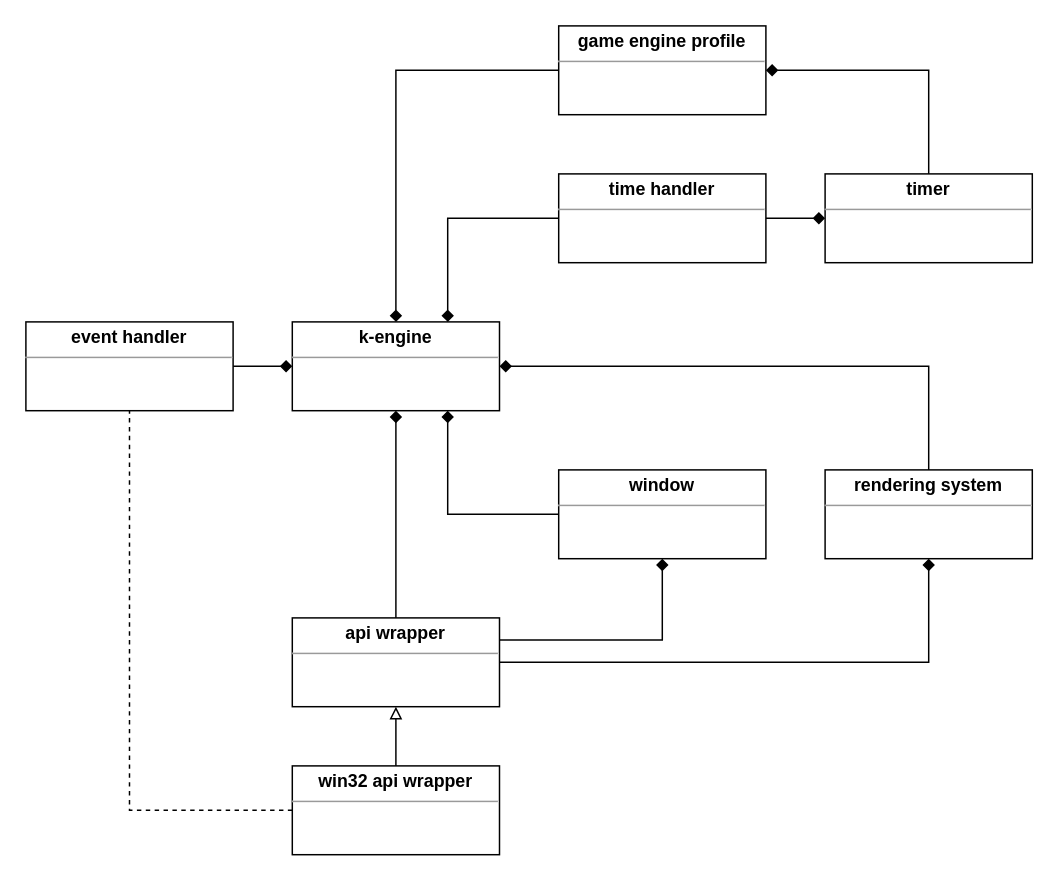
Before: _docs/k-engine-classes.drawio in Keshizin/k-engine, a draw.io diagram. Source tidied: cells renumbered, new cells numbered last; positions are measured from the earlier drawing's top-left corner, leaving out a move shared by most shapes. Both pictures are drawn from the tidied source at 148%, with x=0, y=0 at pixel (25, 25).
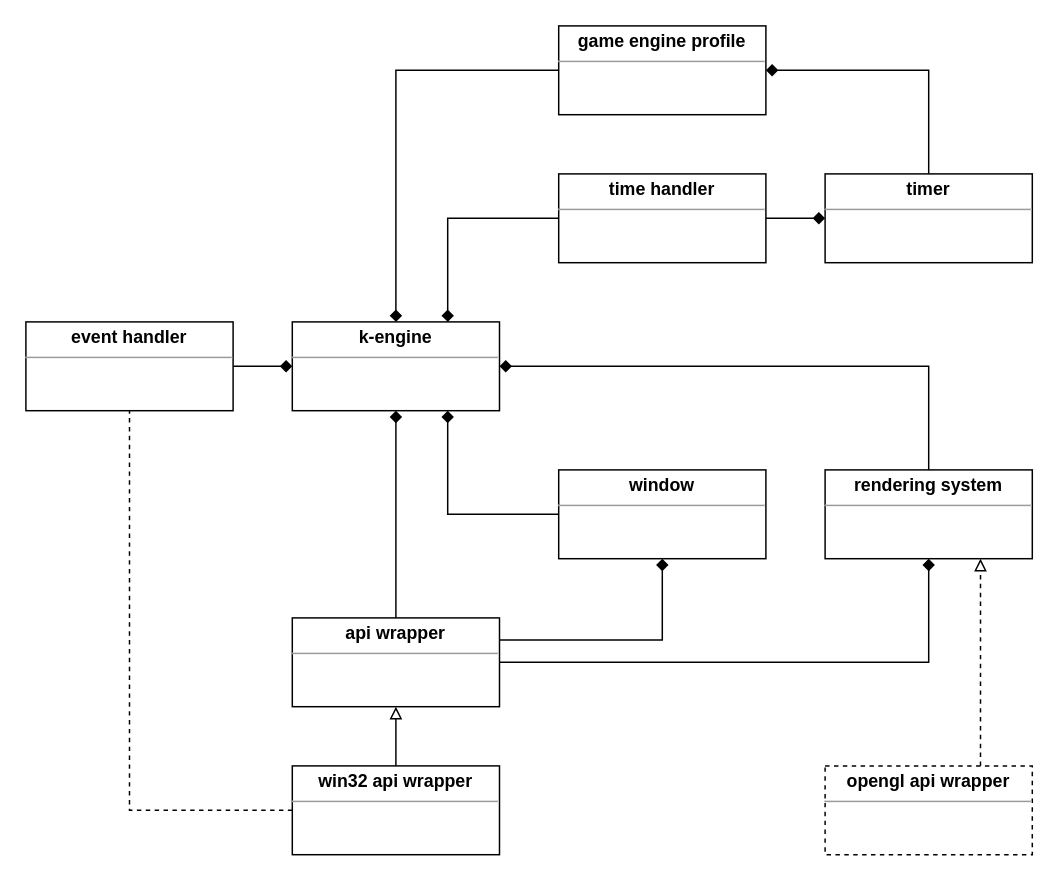
Above is the later version.

Unchanged cells that the change refers to:
```xml
<mxCell id="15" value="&lt;p style=&quot;margin: 0px ; margin-top: 4px ; text-align: center&quot;&gt;&lt;b&gt;rendering system&lt;/b&gt;&lt;/p&gt;&lt;hr size=&quot;1&quot;&gt;&lt;div style=&quot;height: 2px&quot;&gt;&lt;/div&gt;" style="verticalAlign=top;align=left;overflow=fill;fontSize=12;fontFamily=Helvetica;html=1;" parent="1" vertex="1">
  <mxGeometry x="540" y="300" width="140" height="60" as="geometry" />
</mxCell>
```

Change to the diagram source:
```diff
@@
+    <mxCell id="23" style="edgeStyle=orthogonalEdgeStyle;rounded=0;jettySize=auto;html=1;entryX=0.75;entryY=1;entryDx=0;entryDy=0;exitX=0.75;exitY=0;exitDx=0;exitDy=0;endArrow=block;endFill=0;dashed=1;" parent="1" edge="1" source="24" target="15">
+      <mxGeometry relative="1" as="geometry" />
+    </mxCell>
+    <mxCell id="24" value="&lt;p style=&quot;margin: 0px ; margin-top: 4px ; text-align: center&quot;&gt;&lt;b&gt;opengl api wrapper&lt;/b&gt;&lt;/p&gt;&lt;hr size=&quot;1&quot;&gt;&lt;div style=&quot;height: 2px&quot;&gt;&lt;/div&gt;" style="verticalAlign=top;align=left;overflow=fill;fontSize=12;fontFamily=Helvetica;html=1;dashed=1;" parent="1" vertex="1">
+      <mxGeometry x="540" y="500" width="140" height="60" as="geometry" />
+    </mxCell>
```
